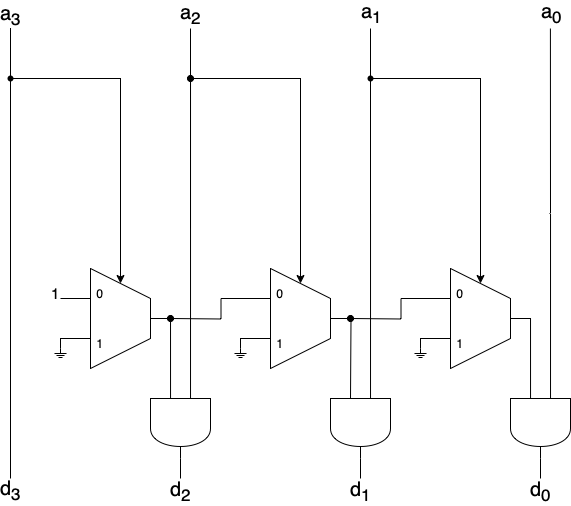
Earlier version of the draw.io export Logic Diagrams/4BITLODSLICE.png (savedbyawaif/ApproxNOD). Source tidied: cells renumbered, new cells last; positions are measured from the earlier drawing's top-left corner, leaving out a move shared by most shapes.
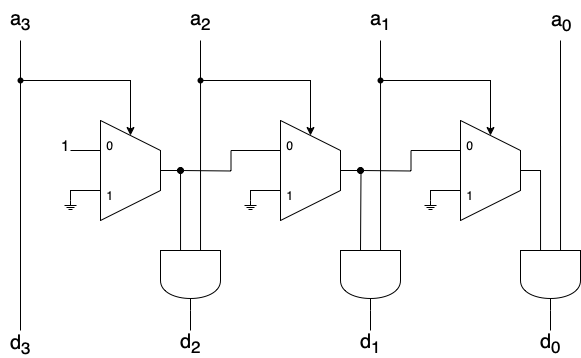
After the commit.

Change to the diagram source:
```diff
@@ -18,13 +18,9 @@
     <mxCell id="5" style="shape=(stored shape, 364 characters);whiteSpace=wrap;html=1;" parent="1" vertex="1">
       <mxGeometry x="90" y="240" width="60" height="100" as="geometry" />
     </mxCell>
-    <mxCell id="6" style="edgeStyle=orthogonalEdgeStyle;rounded=0;jettySize=auto;html=1;endArrow=none;endFill=0;" parent="1" edge="1" source="49">
-      <mxGeometry relative="1" as="geometry">
-        <mxPoint x="10" as="targetPoint" />
-      </mxGeometry>
-    </mxCell>
-    <mxCell id="7" style="edgeStyle=orthogonalEdgeStyle;rounded=0;jettySize=auto;html=1;endArrow=none;endFill=0;" parent="1" edge="1" source="49">
+    <mxCell id="7" style="edgeStyle=orthogonalEdgeStyle;rounded=0;orthogonalLoop=1;jettySize=auto;html=1;endArrow=none;endFill=0;" parent="1" edge="1">
       <mxGeometry relative="1" as="geometry">
+        <mxPoint x="10" y="160" as="sourcePoint" />
         <mxPoint x="10" y="450" as="targetPoint" />
         <Array as="points">
           <mxPoint x="10" y="210" />
@@ -37,34 +33,12 @@
         <mxPoint y="17" as="offset" />
       </mxGeometry>
     </mxCell>
-    <mxCell id="9" style="edgeStyle=orthogonalEdgeStyle;rounded=0;jettySize=auto;html=1;entryX=0.5;entryY=0.15;entryDx=0;entryDy=0;entryPerimeter=0;endArrow=classic;endFill=1;" parent="1" edge="1" source="49" target="5">
-      <mxGeometry relative="1" as="geometry">
-        <Array as="points">
-          <mxPoint x="10" y="50" />
-          <mxPoint x="120" y="50" />
-        </Array>
-      </mxGeometry>
-    </mxCell>
-    <mxCell id="10" style="edgeStyle=orthogonalEdgeStyle;rounded=0;orthogonalLoop=1;jettySize=auto;html=1;endArrow=none;endFill=0;" parent="1" edge="1">
-      <mxGeometry relative="1" as="geometry">
-        <mxPoint x="190" y="200" as="sourcePoint" />
-        <mxPoint x="190" as="targetPoint" />
-        <Array as="points">
-          <mxPoint x="190" />
-        </Array>
-      </mxGeometry>
-    </mxCell>
-    <mxCell id="11" value="&lt;div style=&quot;font-size: 20px;&quot;&gt;a&lt;sub&gt;2&lt;/sub&gt;&lt;/div&gt;" style="edgeLabel;html=1;align=center;verticalAlign=middle;fontSize=20;labelBackgroundColor=none;" parent="10" vertex="1">
-      <mxGeometry relative="1" as="geometry">
-        <mxPoint y="-114" as="offset" />
-      </mxGeometry>
-    </mxCell>
     <mxCell id="12" style="edgeStyle=orthogonalEdgeStyle;rounded=0;jettySize=auto;html=1;entryX=0.5;entryY=0.15;entryDx=0;entryDy=0;entryPerimeter=0;endArrow=classic;endFill=1;" parent="1" edge="1" target="3">
       <mxGeometry relative="1" as="geometry">
-        <mxPoint x="190" y="50" as="sourcePoint" />
+        <mxPoint x="190" y="200" as="sourcePoint" />
         <Array as="points">
-          <mxPoint x="240" y="50" />
-          <mxPoint x="300" y="50" />
+          <mxPoint x="190" y="200" />
+          <mxPoint x="300" y="200" />
         </Array>
       </mxGeometry>
     </mxCell>
@@ -88,14 +62,6 @@
         </Array>
       </mxGeometry>
     </mxCell>
-    <mxCell id="17" style="edgeStyle=orthogonalEdgeStyle;rounded=0;jettySize=auto;html=1;entryX=0;entryY=0.333;entryDx=0;entryDy=0;entryPerimeter=0;endArrow=none;endFill=0;startArrow=oval;startFill=1;" parent="1" edge="1" target="15">
-      <mxGeometry relative="1" as="geometry">
-        <mxPoint x="190" y="50" as="sourcePoint" />
-        <Array as="points">
-          <mxPoint x="190" y="50" />
-        </Array>
-      </mxGeometry>
-    </mxCell>
     <mxCell id="18" style="edgeStyle=orthogonalEdgeStyle;rounded=0;jettySize=auto;html=1;entryX=0;entryY=0.3;entryDx=0;entryDy=0;entryPerimeter=0;endArrow=none;endFill=0;startArrow=oval;startFill=1;" parent="1" edge="1" target="3">
       <mxGeometry relative="1" as="geometry">
         <mxPoint x="170" y="290" as="sourcePoint" />
@@ -135,25 +101,19 @@
       <mxGeometry relative="1" as="geometry">
         <mxPoint x="370" y="186" as="sourcePoint" />
         <Array as="points">
-          <mxPoint x="370" y="186" />
-          <mxPoint x="370" y="50" />
-          <mxPoint x="480" y="50" />
+          <mxPoint x="370" y="200" />
+          <mxPoint x="480" y="200" />
         </Array>
       </mxGeometry>
     </mxCell>
     <mxCell id="26" style="shape=(stored shape, 364 characters);whiteSpace=wrap;html=1;" parent="1" vertex="1">
       <mxGeometry x="450" y="240" width="60" height="100" as="geometry" />
     </mxCell>
-    <mxCell id="27" style="edgeStyle=orthogonalEdgeStyle;rounded=0;jettySize=auto;html=1;exitX=0;exitY=0.333;exitDx=0;exitDy=0;exitPerimeter=0;endArrow=none;endFill=0;" parent="1" edge="1" source="31">
+    <mxCell id="27" style="edgeStyle=orthogonalEdgeStyle;rounded=0;jettySize=auto;html=1;exitDx=0;exitDy=0;exitPerimeter=0;endArrow=none;endFill=0;" parent="1" edge="1" source="46">
       <mxGeometry relative="1" as="geometry">
-        <mxPoint x="370" as="targetPoint" />
+        <mxPoint x="370" y="160" as="targetPoint" />
       </mxGeometry>
     </mxCell>
-    <mxCell id="28" value="&lt;font style=&quot;font-size: 20px;&quot;&gt;a&lt;sub&gt;1&lt;/sub&gt;&lt;/font&gt;" style="edgeLabel;html=1;align=center;verticalAlign=middle;labelBackgroundColor=none;" parent="27" vertex="1">
-      <mxGeometry relative="1" as="geometry">
-        <mxPoint y="-201" as="offset" />
-      </mxGeometry>
-    </mxCell>
     <mxCell id="29" style="edgeStyle=orthogonalEdgeStyle;rounded=0;jettySize=auto;html=1;exitX=1;exitY=0.5;exitDx=0;exitDy=0;exitPerimeter=0;endArrow=none;endFill=0;" parent="1" edge="1" source="31">
       <mxGeometry relative="1" as="geometry">
         <mxPoint x="360" y="450" as="targetPoint" />
@@ -186,12 +146,12 @@
     </mxCell>
     <mxCell id="35" style="edgeStyle=orthogonalEdgeStyle;rounded=0;jettySize=auto;html=1;exitX=0;exitY=0.333;exitDx=0;exitDy=0;exitPerimeter=0;endArrow=none;endFill=0;" parent="1" edge="1" source="39">
       <mxGeometry relative="1" as="geometry">
-        <mxPoint x="549.9" as="targetPoint" />
+        <mxPoint x="550" y="160" as="targetPoint" />
       </mxGeometry>
     </mxCell>
     <mxCell id="36" value="&lt;span style=&quot;font-size: 20px;&quot;&gt;a&lt;sub&gt;0&lt;/sub&gt;&lt;/span&gt;" style="edgeLabel;html=1;align=center;verticalAlign=middle;labelBackgroundColor=none;" parent="35" vertex="1">
       <mxGeometry relative="1" as="geometry">
-        <mxPoint y="-201" as="offset" />
+        <mxPoint y="-125" as="offset" />
       </mxGeometry>
     </mxCell>
     <mxCell id="37" style="edgeStyle=orthogonalEdgeStyle;rounded=0;jettySize=auto;html=1;exitX=1;exitY=0.5;exitDx=0;exitDy=0;exitPerimeter=0;endArrow=none;endFill=0;" parent="1" edge="1" source="39">
@@ -225,24 +185,44 @@
     <mxCell id="45" value="0" style="text;strokeColor=none;align=center;fillColor=none;html=1;verticalAlign=middle;whiteSpace=wrap;rounded=0;" parent="1" vertex="1">
       <mxGeometry x="450" y="250" width="20" height="30" as="geometry" />
     </mxCell>
+    <mxCell id="49" style="shape=waypoint;sketch=0;fillStyle=solid;size=6;points=[];fillColor=none;perimeter=centerPerimeter;snapToPoint=1;" parent="1" vertex="1">
+      <mxGeometry y="190" width="20" height="20" as="geometry" />
+    </mxCell>
+    <mxCell id="50" style="edgeStyle=orthogonalEdgeStyle;rounded=0;jettySize=auto;html=1;exitX=0;exitY=0.333;exitDx=0;exitDy=0;exitPerimeter=0;endArrow=none;endFill=0;" parent="1" edge="1" source="31" target="46">
+      <mxGeometry relative="1" as="geometry" />
+    </mxCell>
+    <mxCell id="28" value="&lt;font style=&quot;font-size: 20px;&quot;&gt;a&lt;sub&gt;1&lt;/sub&gt;&lt;/font&gt;" style="edgeLabel;html=1;align=center;verticalAlign=middle;labelBackgroundColor=none;" parent="50" vertex="1">
+      <mxGeometry relative="1" as="geometry">
+        <mxPoint y="-145" as="offset" />
+      </mxGeometry>
+    </mxCell>
     <mxCell id="46" style="shape=waypoint;sketch=0;fillStyle=solid;size=6;points=[];fillColor=none;perimeter=centerPerimeter;snapToPoint=1;" parent="1" vertex="1">
-      <mxGeometry x="360" y="40" width="20" height="20" as="geometry" />
+      <mxGeometry x="360" y="190" width="20" height="20" as="geometry" />
     </mxCell>
-    <mxCell id="47" style="edgeStyle=orthogonalEdgeStyle;rounded=0;jettySize=auto;html=1;endArrow=none;endFill=0;" parent="1" edge="1" target="49">
-      <mxGeometry relative="1" as="geometry">
-        <mxPoint x="10" y="210" as="sourcePoint" />
-        <Array as="points">
-          <mxPoint x="10" />
-        </Array>
-      </mxGeometry>
-    </mxCell>
+    <mxCell id="51" style="endArrow=none;html=1;rounded=0;exitDx=0;exitDy=0;exitPerimeter=0;" parent="1" edge="1" source="53">
+      <mxGeometry relative="1" as="geometry">
+        <mxPoint x="190" y="160" as="targetPoint" />
+      </mxGeometry>
+    </mxCell>
+    <mxCell id="52" style="endArrow=none;html=1;rounded=0;exitX=0;exitY=0.333;exitDx=0;exitDy=0;exitPerimeter=0;" parent="1" edge="1" source="15" target="53">
+      <mxGeometry relative="1" as="geometry" />
+    </mxCell>
+    <mxCell id="53" style="shape=waypoint;sketch=0;fillStyle=solid;size=6;points=[];fillColor=none;perimeter=centerPerimeter;snapToPoint=1;" parent="1" vertex="1">
+      <mxGeometry x="180" y="190" width="20" height="20" as="geometry" />
+    </mxCell>
+    <mxCell id="54" style="endArrow=classic;html=1;rounded=0;entryX=0.5;entryY=0.15;entryDx=0;entryDy=0;entryPerimeter=0;" parent="1" edge="1" target="5">
+      <mxGeometry relative="1" as="geometry">
+        <mxPoint x="10" y="200" as="sourcePoint" />
+        <Array as="points">
+          <mxPoint x="120" y="200" />
+        </Array>
+      </mxGeometry>
+    </mxCell>
+    <mxCell id="11" value="&lt;font style=&quot;font-size: 20px;&quot;&gt;a&lt;sub&gt;2&lt;/sub&gt;&lt;/font&gt;" style="text;html=1;align=center;verticalAlign=middle;strokeColor=none;fillColor=none;" parent="1" vertex="1">
+      <mxGeometry x="170" y="120" width="40" height="40" as="geometry" />
+    </mxCell>
-    <mxCell id="48" value="&lt;div style=&quot;font-size: 20px;&quot;&gt;a&lt;sub&gt;3&lt;/sub&gt;&lt;/div&gt;" style="edgeLabel;html=1;align=center;verticalAlign=middle;fontSize=20;labelBackgroundColor=none;" parent="47" vertex="1">
-      <mxGeometry relative="1" as="geometry">
-        <mxPoint y="-93" as="offset" />
-      </mxGeometry>
+    <mxCell id="48" value="&lt;font style=&quot;font-size: 20px;&quot;&gt;a&lt;sub&gt;3&lt;/sub&gt;&lt;/font&gt;" style="text;html=1;align=center;verticalAlign=middle;strokeColor=none;fillColor=none;" parent="1" vertex="1">
+      <mxGeometry x="-10" y="120" width="40" height="40" as="geometry" />
     </mxCell>
-    <mxCell id="49" style="shape=waypoint;sketch=0;fillStyle=solid;size=6;points=[];fillColor=none;perimeter=centerPerimeter;snapToPoint=1;" parent="1" vertex="1">
-      <mxGeometry y="40" width="20" height="20" as="geometry" />
-    </mxCell>
   </root>
 </mxGraphModel>
```
